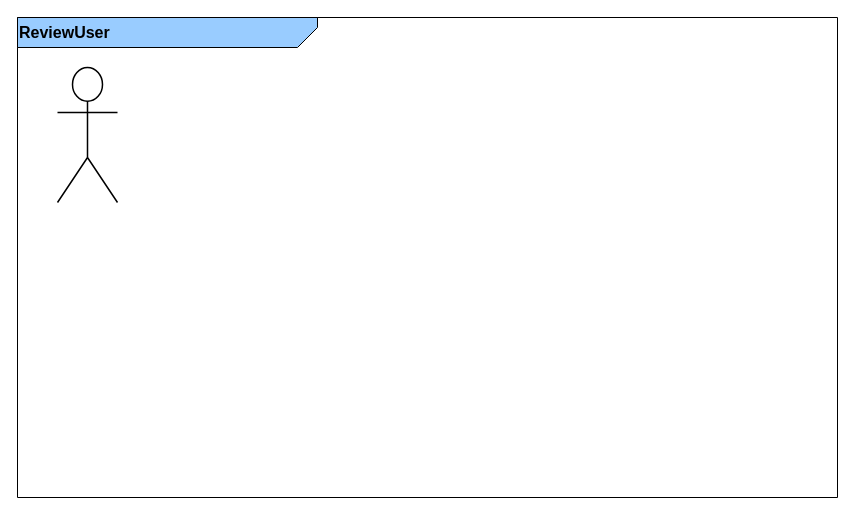
Before: SequenceDiagrams.drawio in willdonlan8/test, a draw.io diagram. Source tidied: cells renumbered, new cells numbered last; positions are measured from the earlier drawing's top-left corner, leaving out a move shared by most shapes. Both pictures are drawn from the tidied source at 100%, with x=0, y=0 at pixel (17, 17).
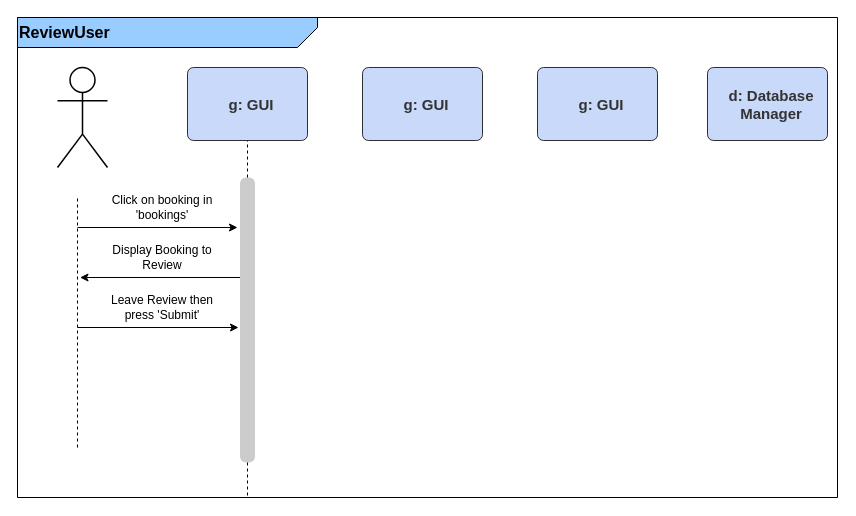
Above is the later version.

Change to the diagram source:
```diff
@@
     <mxCell id="7" style="html=1;overflow=block;blockSpacing=1;whiteSpace=wrap;shape=umlActor;labelPosition=center;verticalLabelPosition=bottom;verticalAlign=top;whiteSpace=nowrap;whiteSpace=wrap;fontSize=13;spacingLeft=8.4;spacing=0;strokeOpacity=100;fillOpacity=0;rounded=1;absoluteArcSize=1;arcSize=12;fillColor=#000000;strokeWidth=1.5;" parent="1" vertex="1">
-      <mxGeometry x="40" y="50" width="60" height="135" as="geometry" />
+      <mxGeometry x="40" y="50" width="50" height="100" as="geometry" />
     </mxCell>
+    <mxCell id="8" value="d: Database Manager" style="html=1;overflow=block;blockSpacing=1;whiteSpace=wrap;whiteSpace=wrap;fontSize=15;fontColor=#333333;fontStyle=1;spacingLeft=8.4;spacing=3.8;strokeOpacity=100;fillOpacity=100;rounded=1;absoluteArcSize=1;arcSize=12;fillColor=#c8d9f9;strokeWidth=0.8;" parent="1" vertex="1">
+      <mxGeometry x="690" y="50" width="120" height="73" as="geometry" />
+    </mxCell>
+    <mxCell id="9" value="g: GUI" style="html=1;overflow=block;blockSpacing=1;whiteSpace=wrap;whiteSpace=wrap;fontSize=15;fontColor=#333333;fontStyle=1;spacingLeft=8.4;spacing=3.8;strokeOpacity=100;fillOpacity=100;rounded=1;absoluteArcSize=1;arcSize=12;fillColor=#c8d9f9;strokeWidth=0.8;" parent="1" vertex="1">
+      <mxGeometry x="520" y="50" width="120" height="73" as="geometry" />
+    </mxCell>
+    <mxCell id="10" value="g: GUI" style="html=1;overflow=block;blockSpacing=1;whiteSpace=wrap;whiteSpace=wrap;fontSize=15;fontColor=#333333;fontStyle=1;spacingLeft=8.4;spacing=3.8;strokeOpacity=100;fillOpacity=100;rounded=1;absoluteArcSize=1;arcSize=12;fillColor=#c8d9f9;strokeWidth=0.8;" parent="1" vertex="1">
+      <mxGeometry x="345" y="50" width="120" height="73" as="geometry" />
+    </mxCell>
+    <mxCell id="11" value="g: GUI" style="html=1;overflow=block;blockSpacing=1;whiteSpace=wrap;whiteSpace=wrap;fontSize=15;fontColor=#333333;fontStyle=1;spacingLeft=8.4;spacing=3.8;strokeOpacity=100;fillOpacity=100;rounded=1;absoluteArcSize=1;arcSize=12;fillColor=#c8d9f9;strokeWidth=0.8;" parent="1" vertex="1">
+      <mxGeometry x="170" y="50" width="120" height="73" as="geometry" />
+    </mxCell>
+    <mxCell id="12" style="html=1;overflow=block;blockSpacing=1;whiteSpace=wrap;whiteSpace=wrap;fontSize=13;spacingLeft=8.4;spacing=3.8;strokeOpacity=0;fillOpacity=100;rounded=1;absoluteArcSize=1;arcSize=12;fillColor=#cccccc;strokeWidth=0.8;" parent="1" vertex="1">
+      <mxGeometry x="222.5" y="160" width="15" height="285" as="geometry" />
+    </mxCell>
+    <mxCell id="13" style="endArrow=none;dashed=1;html=1;entryX=0.5;entryY=1;entryDx=0;entryDy=0;" parent="1" edge="1" target="11">
+      <mxGeometry relative="1" as="geometry">
+        <mxPoint x="230" y="160" as="sourcePoint" />
+      </mxGeometry>
+    </mxCell>
+    <mxCell id="14" style="endArrow=none;dashed=1;html=1;exitX=0.5;exitY=1;exitDx=0;exitDy=0;" parent="1" edge="1" source="12">
+      <mxGeometry relative="1" as="geometry">
+        <mxPoint x="230" y="480" as="targetPoint" />
+      </mxGeometry>
+    </mxCell>
+    <mxCell id="15" style="endArrow=none;dashed=1;html=1;" parent="1" edge="1">
+      <mxGeometry relative="1" as="geometry">
+        <mxPoint x="60" y="430" as="sourcePoint" />
+        <mxPoint x="60" y="180" as="targetPoint" />
+      </mxGeometry>
+    </mxCell>
+    <mxCell id="16" style="endArrow=classic;html=1;" parent="1" edge="1">
+      <mxGeometry relative="1" as="geometry">
+        <mxPoint x="60" y="210" as="sourcePoint" />
+        <mxPoint x="220" y="210" as="targetPoint" />
+      </mxGeometry>
+    </mxCell>
+    <mxCell id="17" value="Click on booking in 'bookings'" style="text;html=1;strokeColor=none;fillColor=none;align=center;verticalAlign=middle;whiteSpace=wrap;rounded=0;shadow=0;" parent="1" vertex="1">
+      <mxGeometry x="80" y="170" width="130" height="40" as="geometry" />
+    </mxCell>
+    <mxCell id="18" style="endArrow=classic;html=1;" parent="1" edge="1">
+      <mxGeometry relative="1" as="geometry">
+        <mxPoint x="222.5" y="260" as="sourcePoint" />
+        <mxPoint x="62.5" y="260" as="targetPoint" />
+      </mxGeometry>
+    </mxCell>
+    <mxCell id="19" value="Display Booking to Review" style="text;html=1;strokeColor=none;fillColor=none;align=center;verticalAlign=middle;whiteSpace=wrap;rounded=0;shadow=0;" parent="1" vertex="1">
+      <mxGeometry x="80" y="220" width="130" height="40" as="geometry" />
+    </mxCell>
+    <mxCell id="20" style="endArrow=classic;html=1;" parent="1" edge="1">
+      <mxGeometry relative="1" as="geometry">
+        <mxPoint x="60" y="310" as="sourcePoint" />
+        <mxPoint x="221" y="310" as="targetPoint" />
+      </mxGeometry>
+    </mxCell>
+    <mxCell id="21" value="Leave Review then press 'Submit'" style="text;html=1;strokeColor=none;fillColor=none;align=center;verticalAlign=middle;whiteSpace=wrap;rounded=0;shadow=0;" parent="1" vertex="1">
+      <mxGeometry x="80" y="270" width="130" height="40" as="geometry" />
+    </mxCell>
```
